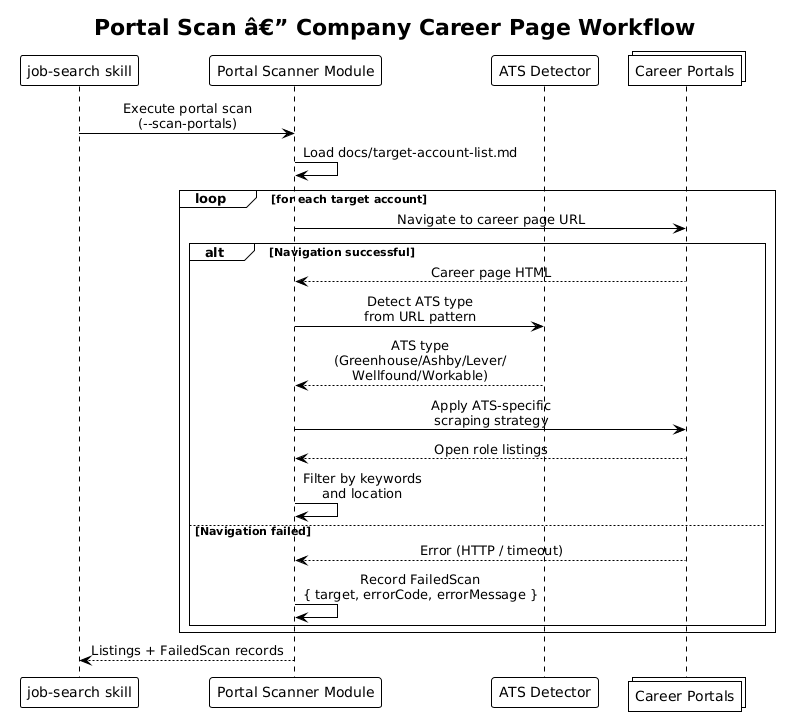
QuinntyneBrown/Orbit keeps this PlantUML diagram as docs/detailed-designs/05-job-search-and-discovery/diagrams/sequence_portal_scan.png. Above is the earlier version.
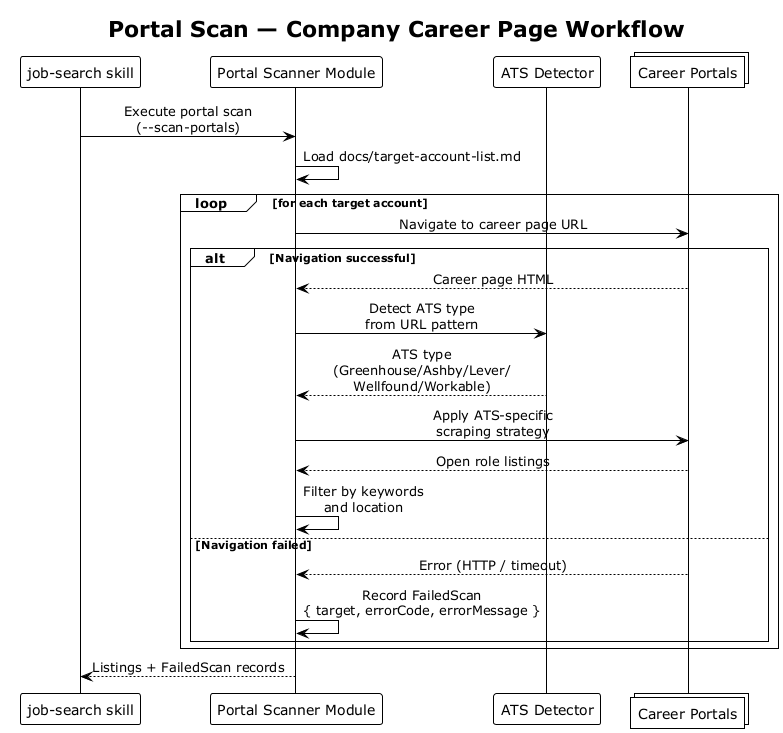
The same file after the commit.

The edit, as a diff of the source:
```diff
@@ -1,8 +1,8 @@
-@startuml
+@startuml sequence_portal_scan
 !theme plain
 skinparam sequenceMessageAlign center
 
-title Portal Scan â€” Company Career Page Workflow
+title Portal Scan — Company Career Page Workflow
 
 participant "job-search skill" as skill
 participant "Portal Scanner Module" as scanner
@@ -26,4 +26,5 @@
     end
 end
 scanner --> skill : Listings + FailedScan records
+
 @enduml
```
